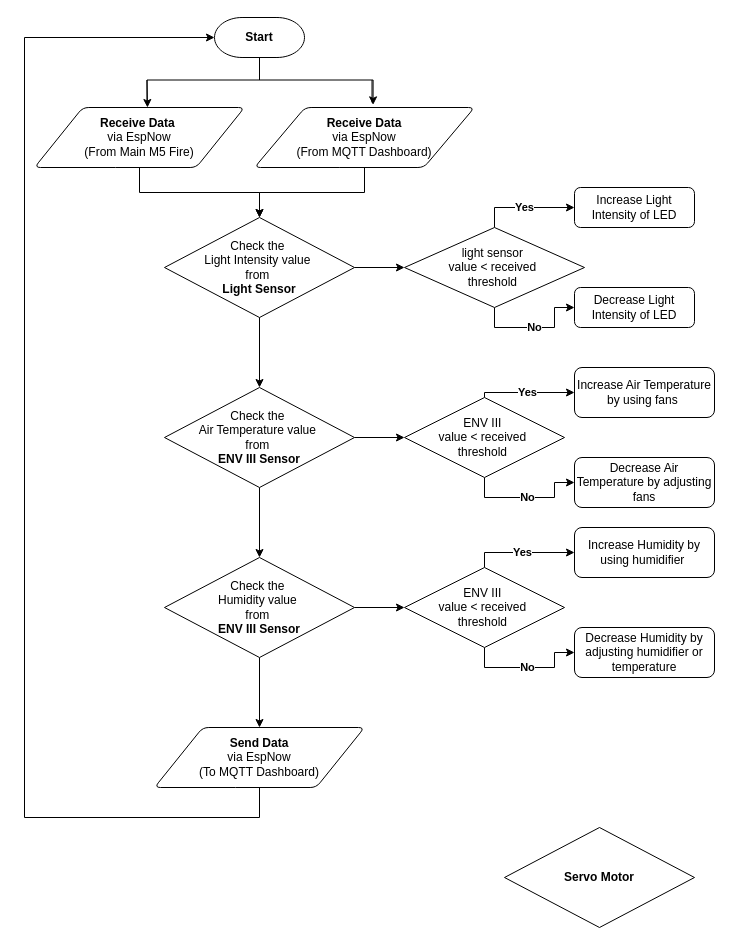
This is flowcharts/Untitled Diagram.drawio from thisisnich/programmingProject1, a draw.io file, before an edit. Source tidied: cells renumbered, new cells numbered last; positions are measured from the earlier drawing's top-left corner, leaving out a move shared by most shapes. Both pictures are drawn from the tidied source at 100%, with x=0, y=0 at pixel (24, -33).
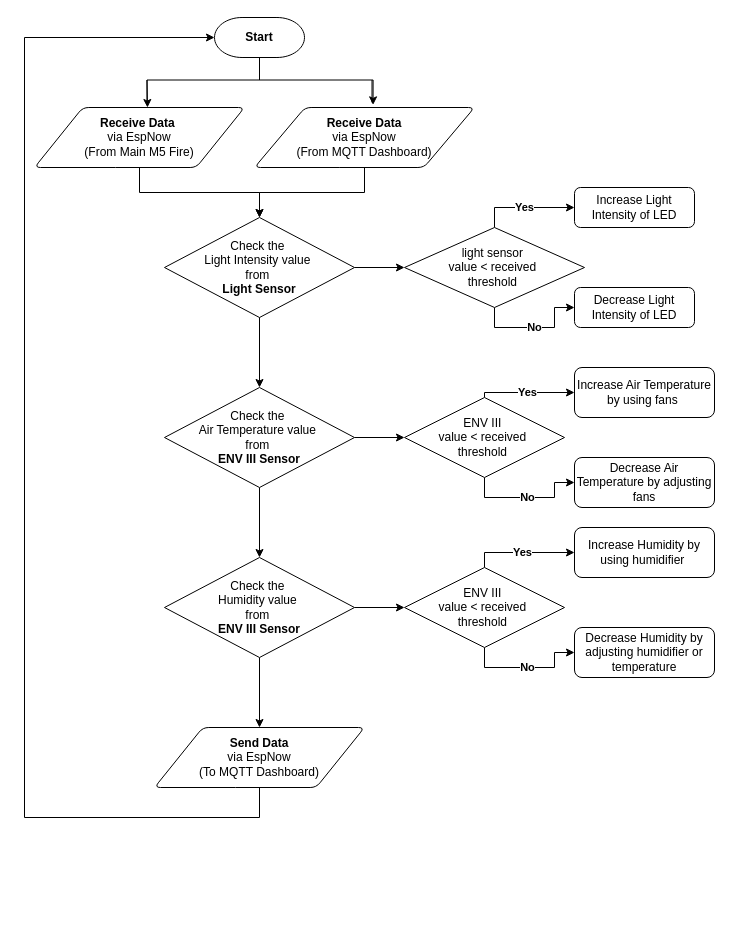
The same diagram, later.

What changed in the source:
```diff
@@
-    <mxCell id="34" value="&lt;b&gt;Servo Motor&lt;/b&gt;" style="strokeWidth=1;html=1;shape=mxgraph.flowchart.decision;whiteSpace=wrap;" parent="1" vertex="1">
-      <mxGeometry x="480" y="860" width="190" height="100" as="geometry" />
-    </mxCell>
```
